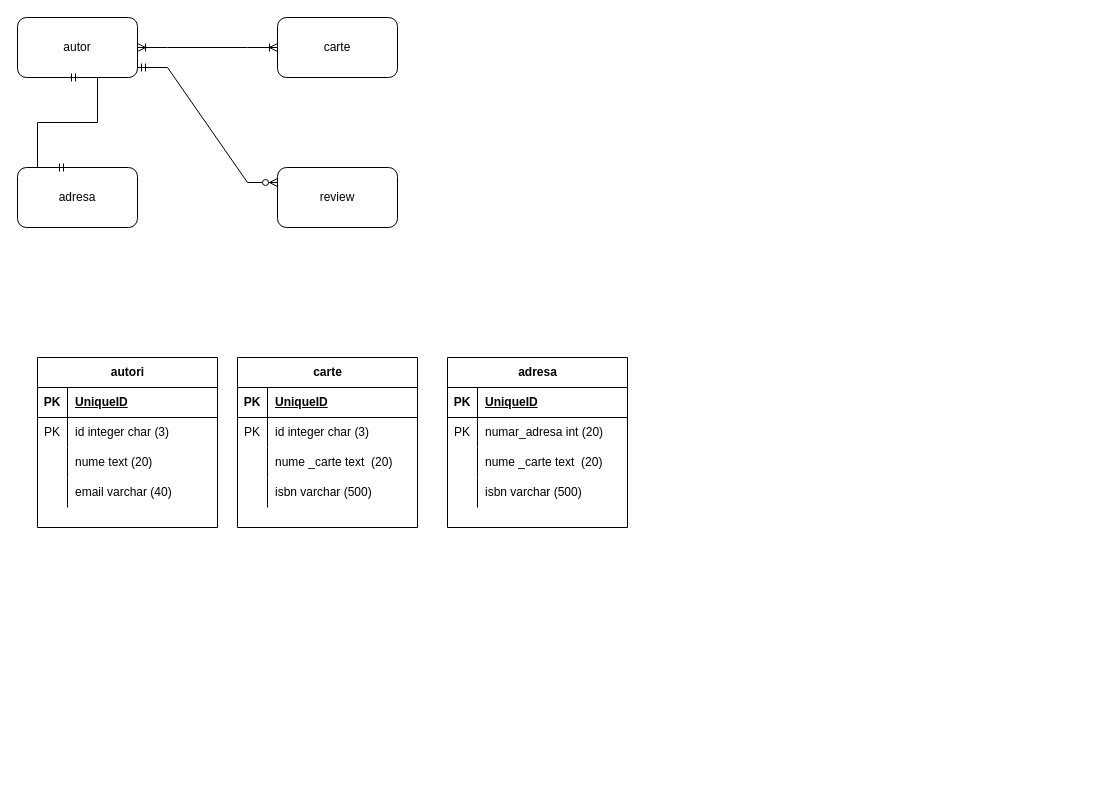
This is diagram_16_12_2023.drawio from MariaAgent007/modelare_db, a draw.io file, before an edit. Source tidied: cells renumbered, new cells numbered last; positions are measured from the earlier drawing's top-left corner, leaving out a move shared by most shapes. Both pictures are drawn from the tidied source at 100%, with x=0, y=0 at pixel (17, 17).
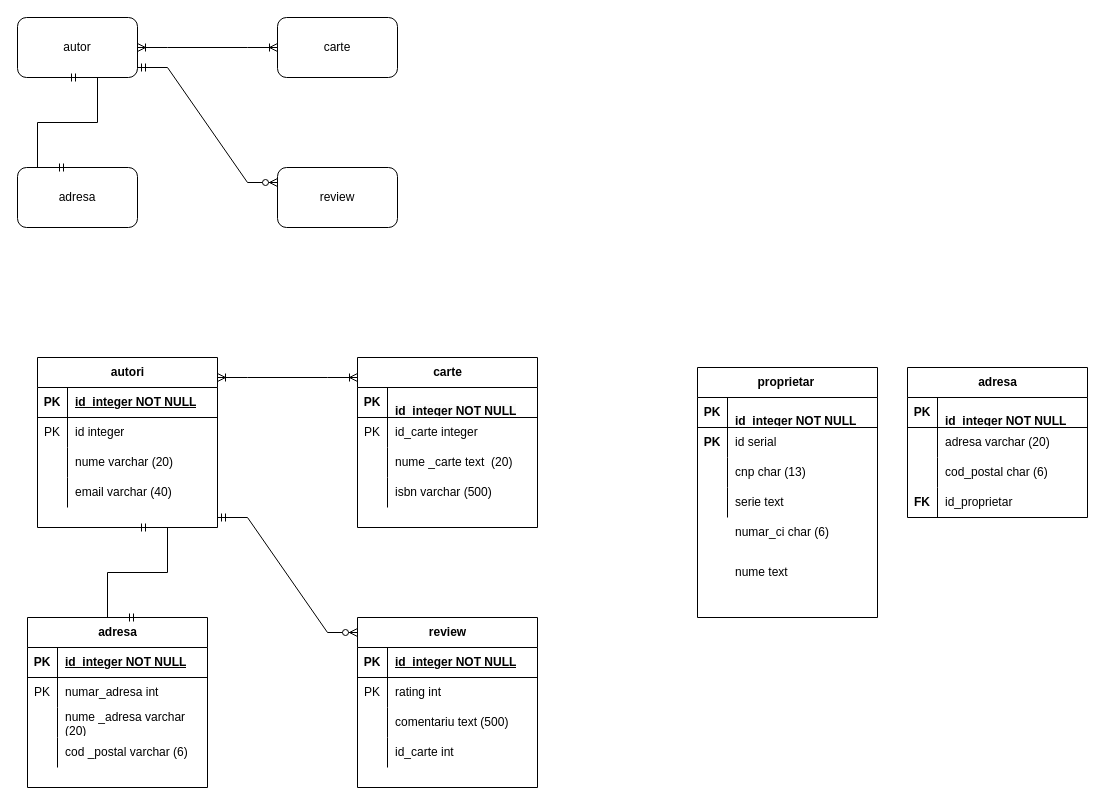
The same page after the edit.

The change refers to these unchanged cells:
```xml
<mxCell id="10" style="shape=tableRow;horizontal=0;startSize=0;swimlaneHead=0;swimlaneBody=0;fillColor=none;top=0;left=0;right=0;bottom=1;" parent="9" vertex="1">
  <mxGeometry y="30" width="180" height="30" as="geometry" />
</mxCell>
<mxCell id="13" style="shape=tableRow;horizontal=0;startSize=0;swimlaneHead=0;swimlaneBody=0;fillColor=none;top=0;left=0;right=0;bottom=0;" parent="9" vertex="1">
  <mxGeometry y="60" width="180" height="30" as="geometry" />
</mxCell>
<mxCell id="16" style="shape=tableRow;horizontal=0;startSize=0;swimlaneHead=0;swimlaneBody=0;fillColor=none;top=0;left=0;right=0;bottom=0;" parent="9" vertex="1">
  <mxGeometry y="90" width="180" height="30" as="geometry" />
</mxCell>
<mxCell id="24" style="shape=tableRow;horizontal=0;startSize=0;swimlaneHead=0;swimlaneBody=0;fillColor=none;top=0;left=0;right=0;bottom=1;" parent="23" vertex="1">
  <mxGeometry y="30" width="180" height="30" as="geometry" />
</mxCell>
<mxCell id="27" style="shape=tableRow;horizontal=0;startSize=0;swimlaneHead=0;swimlaneBody=0;fillColor=none;top=0;left=0;right=0;bottom=0;" parent="23" vertex="1">
  <mxGeometry y="60" width="180" height="30" as="geometry" />
</mxCell>
<mxCell id="37" style="shape=tableRow;horizontal=0;startSize=0;swimlaneHead=0;swimlaneBody=0;fillColor=none;top=0;left=0;right=0;bottom=1;" parent="36" vertex="1">
  <mxGeometry y="30" width="180" height="30" as="geometry" />
</mxCell>
<mxCell id="40" style="shape=tableRow;horizontal=0;startSize=0;swimlaneHead=0;swimlaneBody=0;fillColor=none;top=0;left=0;right=0;bottom=0;" parent="36" vertex="1">
  <mxGeometry y="60" width="180" height="30" as="geometry" />
</mxCell>
<mxCell id="43" style="shape=tableRow;horizontal=0;startSize=0;swimlaneHead=0;swimlaneBody=0;fillColor=none;top=0;left=0;right=0;bottom=0;" parent="36" vertex="1">
  <mxGeometry y="90" width="180" height="30" as="geometry" />
</mxCell>
<mxCell id="46" style="shape=tableRow;horizontal=0;startSize=0;swimlaneHead=0;swimlaneBody=0;fillColor=none;top=0;left=0;right=0;bottom=0;" parent="36" vertex="1">
  <mxGeometry y="120" width="180" height="30" as="geometry" />
</mxCell>
```

What changed in the source:
```diff
@@
-    <mxCell id="12" value="UniqueID" style="shape=partialRectangle;fillColor=none;top=0;left=0;bottom=0;right=0;align=left;spacingLeft=6;fontStyle=5;overflow=hidden;whiteSpace=wrap;html=1;" parent="10" vertex="1">
+    <mxCell id="12" value="id_integer NOT NULL" style="shape=partialRectangle;fillColor=none;top=0;left=0;bottom=0;right=0;align=left;spacingLeft=6;fontStyle=5;overflow=hidden;whiteSpace=wrap;html=1;" parent="10" vertex="1">
       <mxGeometry x="30" width="150" height="30" as="geometry" />
     </mxCell>
@@
-    <mxCell id="15" value="id integer char (3)" style="shape=partialRectangle;fillColor=none;top=0;left=0;bottom=0;right=0;align=left;spacingLeft=6;overflow=hidden;whiteSpace=wrap;html=1;" parent="13" vertex="1">
+    <mxCell id="15" value="id integer" style="shape=partialRectangle;fillColor=none;top=0;left=0;bottom=0;right=0;align=left;spacingLeft=6;overflow=hidden;whiteSpace=wrap;html=1;" parent="13" vertex="1">
       <mxGeometry x="30" width="150" height="30" as="geometry" />
     </mxCell>
@@
-    <mxCell id="18" value="nume text (20)" style="shape=partialRectangle;fillColor=none;top=0;left=0;bottom=0;right=0;align=left;spacingLeft=6;overflow=hidden;whiteSpace=wrap;html=1;" parent="16" vertex="1">
+    <mxCell id="18" value="nume varchar (20)" style="shape=partialRectangle;fillColor=none;top=0;left=0;bottom=0;right=0;align=left;spacingLeft=6;overflow=hidden;whiteSpace=wrap;html=1;" parent="16" vertex="1">
       <mxGeometry x="30" width="150" height="30" as="geometry" />
     </mxCell>
@@
     <mxCell id="23" value="carte" style="shape=table;startSize=30;childLayout=tableLayout;rowLines=0;fontStyle=1;align=center;html=1;" parent="1" vertex="1">
-      <mxGeometry x="220" y="340" width="180" height="170" as="geometry" />
+      <mxGeometry x="340" y="340" width="180" height="170" as="geometry" />
     </mxCell>
@@
-    <mxCell id="26" value="UniqueID" style="shape=partialRectangle;fillColor=none;top=0;left=0;bottom=0;right=0;align=left;spacingLeft=6;fontStyle=5;overflow=hidden;whiteSpace=wrap;html=1;" parent="24" vertex="1">
+    <mxCell id="26" value="&#10;&lt;span style=&quot;color: rgb(0, 0, 0); font-family: Helvetica; font-size: 12px; font-style: normal; font-variant-ligatures: normal; font-variant-caps: normal; font-weight: 700; letter-spacing: normal; orphans: 2; text-align: left; text-indent: 0px; text-transform: none; widows: 2; word-spacing: 0px; -webkit-text-stroke-width: 0px; background-color: rgb(251, 251, 251); text-decoration: underline; float: none; display: inline !important;&quot;&gt;id_integer NOT NULL&lt;/span&gt;&#10;&#10;" style="shape=partialRectangle;fillColor=none;top=0;left=0;bottom=0;right=0;align=left;spacingLeft=6;fontStyle=5;overflow=hidden;whiteSpace=wrap;html=1;" parent="24" vertex="1">
       <mxGeometry x="30" width="150" height="30" as="geometry" />
     </mxCell>
@@
-    <mxCell id="29" value="id integer char (3)" style="shape=partialRectangle;fillColor=none;top=0;left=0;bottom=0;right=0;align=left;spacingLeft=6;overflow=hidden;whiteSpace=wrap;html=1;" parent="27" vertex="1">
+    <mxCell id="29" value="id_carte integer" style="shape=partialRectangle;fillColor=none;top=0;left=0;bottom=0;right=0;align=left;spacingLeft=6;overflow=hidden;whiteSpace=wrap;html=1;" parent="27" vertex="1">
       <mxGeometry x="30" width="150" height="30" as="geometry" />
     </mxCell>
@@
     <mxCell id="36" value="adresa" style="shape=table;startSize=30;childLayout=tableLayout;rowLines=0;fontStyle=1;align=center;html=1;" parent="1" vertex="1">
-      <mxGeometry x="430" y="340" width="180" height="170" as="geometry" />
+      <mxGeometry x="10" y="600" width="180" height="170" as="geometry" />
     </mxCell>
@@
-    <mxCell id="39" value="UniqueID" style="shape=partialRectangle;fillColor=none;top=0;left=0;bottom=0;right=0;align=left;spacingLeft=6;fontStyle=5;overflow=hidden;whiteSpace=wrap;html=1;" parent="37" vertex="1">
+    <mxCell id="39" value="id_integer NOT NULL" style="shape=partialRectangle;fillColor=none;top=0;left=0;bottom=0;right=0;align=left;spacingLeft=6;fontStyle=5;overflow=hidden;whiteSpace=wrap;html=1;" parent="37" vertex="1">
       <mxGeometry x="30" width="150" height="30" as="geometry" />
     </mxCell>
@@
-    <mxCell id="42" value="numar_adresa int (20)" style="shape=partialRectangle;fillColor=none;top=0;left=0;bottom=0;right=0;align=left;spacingLeft=6;overflow=hidden;whiteSpace=wrap;html=1;" parent="40" vertex="1">
+    <mxCell id="42" value="numar_adresa int&amp;nbsp;" style="shape=partialRectangle;fillColor=none;top=0;left=0;bottom=0;right=0;align=left;spacingLeft=6;overflow=hidden;whiteSpace=wrap;html=1;" parent="40" vertex="1">
       <mxGeometry x="30" width="150" height="30" as="geometry" />
     </mxCell>
@@
-    <mxCell id="45" value="nume _carte text&amp;nbsp; (20)" style="shape=partialRectangle;fillColor=none;top=0;left=0;bottom=0;right=0;align=left;spacingLeft=6;overflow=hidden;whiteSpace=wrap;html=1;" parent="43" vertex="1">
+    <mxCell id="45" value="nume _adresa varchar&amp;nbsp; (20)" style="shape=partialRectangle;fillColor=none;top=0;left=0;bottom=0;right=0;align=left;spacingLeft=6;overflow=hidden;whiteSpace=wrap;html=1;" parent="43" vertex="1">
       <mxGeometry x="30" width="150" height="30" as="geometry" />
     </mxCell>
@@
-    <mxCell id="48" value="isbn varchar (500)" style="shape=partialRectangle;fillColor=none;top=0;left=0;bottom=0;right=0;align=left;spacingLeft=6;overflow=hidden;whiteSpace=wrap;html=1;" parent="46" vertex="1">
+    <mxCell id="48" value="cod _postal varchar (6)" style="shape=partialRectangle;fillColor=none;top=0;left=0;bottom=0;right=0;align=left;spacingLeft=6;overflow=hidden;whiteSpace=wrap;html=1;" parent="46" vertex="1">
       <mxGeometry x="30" width="150" height="30" as="geometry" />
     </mxCell>
+    <mxCell id="49" value="review" style="shape=table;startSize=30;childLayout=tableLayout;rowLines=0;fontStyle=1;align=center;html=1;" parent="1" vertex="1">
+      <mxGeometry x="340" y="600" width="180" height="170" as="geometry" />
+    </mxCell>
+    <mxCell id="50" style="shape=tableRow;horizontal=0;startSize=0;swimlaneHead=0;swimlaneBody=0;fillColor=none;top=0;left=0;right=0;bottom=1;" parent="49" vertex="1">
+      <mxGeometry y="30" width="180" height="30" as="geometry" />
+    </mxCell>
+    <mxCell id="51" value="PK" style="shape=partialRectangle;fillColor=none;top=0;left=0;bottom=0;right=0;fontStyle=1;overflow=hidden;whiteSpace=wrap;html=1;" parent="50" vertex="1">
+      <mxGeometry width="30" height="30" as="geometry" />
+    </mxCell>
+    <mxCell id="52" value="id_integer NOT NULL" style="shape=partialRectangle;fillColor=none;top=0;left=0;bottom=0;right=0;align=left;spacingLeft=6;fontStyle=5;overflow=hidden;whiteSpace=wrap;html=1;" parent="50" vertex="1">
+      <mxGeometry x="30" width="150" height="30" as="geometry" />
+    </mxCell>
+    <mxCell id="53" style="shape=tableRow;horizontal=0;startSize=0;swimlaneHead=0;swimlaneBody=0;fillColor=none;top=0;left=0;right=0;bottom=0;" parent="49" vertex="1">
+      <mxGeometry y="60" width="180" height="30" as="geometry" />
+    </mxCell>
+    <mxCell id="54" value="PK" style="shape=partialRectangle;fillColor=none;top=0;left=0;bottom=0;right=0;overflow=hidden;whiteSpace=wrap;html=1;" parent="53" vertex="1">
+      <mxGeometry width="30" height="30" as="geometry" />
+    </mxCell>
+    <mxCell id="55" value="rating int&amp;nbsp;" style="shape=partialRectangle;fillColor=none;top=0;left=0;bottom=0;right=0;align=left;spacingLeft=6;overflow=hidden;whiteSpace=wrap;html=1;" parent="53" vertex="1">
+      <mxGeometry x="30" width="150" height="30" as="geometry" />
+    </mxCell>
+    <mxCell id="56" style="shape=tableRow;horizontal=0;startSize=0;swimlaneHead=0;swimlaneBody=0;fillColor=none;top=0;left=0;right=0;bottom=0;" parent="49" vertex="1">
+      <mxGeometry y="90" width="180" height="30" as="geometry" />
+    </mxCell>
+    <mxCell id="57" style="shape=partialRectangle;fillColor=none;top=0;left=0;bottom=0;right=0;overflow=hidden;whiteSpace=wrap;html=1;" parent="56" vertex="1">
+      <mxGeometry width="30" height="30" as="geometry" />
+    </mxCell>
+    <mxCell id="58" value="comentariu text (500)" style="shape=partialRectangle;fillColor=none;top=0;left=0;bottom=0;right=0;align=left;spacingLeft=6;overflow=hidden;whiteSpace=wrap;html=1;" parent="56" vertex="1">
+      <mxGeometry x="30" width="150" height="30" as="geometry" />
+    </mxCell>
+    <mxCell id="59" style="shape=tableRow;horizontal=0;startSize=0;swimlaneHead=0;swimlaneBody=0;fillColor=none;top=0;left=0;right=0;bottom=0;" parent="49" vertex="1">
+      <mxGeometry y="120" width="180" height="30" as="geometry" />
+    </mxCell>
+    <mxCell id="60" style="shape=partialRectangle;fillColor=none;top=0;left=0;bottom=0;right=0;overflow=hidden;whiteSpace=wrap;html=1;" parent="59" vertex="1">
+      <mxGeometry width="30" height="30" as="geometry" />
+    </mxCell>
+    <mxCell id="61" value="id_carte int" style="shape=partialRectangle;fillColor=none;top=0;left=0;bottom=0;right=0;align=left;spacingLeft=6;overflow=hidden;whiteSpace=wrap;html=1;" parent="59" vertex="1">
+      <mxGeometry x="30" width="150" height="30" as="geometry" />
+    </mxCell>
+    <mxCell id="62" style="edgeStyle=entityRelationEdgeStyle;fontSize=12;html=1;endArrow=ERoneToMany;startArrow=ERoneToMany;rounded=0;entryX=0;entryY=0.5;entryDx=0;entryDy=0;" parent="1" edge="1">
+      <mxGeometry relative="1" as="geometry">
+        <mxPoint x="200" y="360" as="sourcePoint" />
+        <mxPoint x="340" y="360" as="targetPoint" />
+      </mxGeometry>
+    </mxCell>
+    <mxCell id="63" style="edgeStyle=entityRelationEdgeStyle;fontSize=12;html=1;endArrow=ERzeroToMany;startArrow=ERmandOne;rounded=0;entryX=0;entryY=0.25;entryDx=0;entryDy=0;" parent="1" edge="1">
+      <mxGeometry relative="1" as="geometry">
+        <mxPoint x="200" y="500" as="sourcePoint" />
+        <mxPoint x="340" y="615" as="targetPoint" />
+      </mxGeometry>
+    </mxCell>
+    <mxCell id="64" style="edgeStyle=entityRelationEdgeStyle;fontSize=12;html=1;endArrow=ERmandOne;startArrow=ERmandOne;rounded=0;entryX=0.5;entryY=0;entryDx=0;entryDy=0;" parent="1" edge="1">
+      <mxGeometry relative="1" as="geometry">
+        <mxPoint x="120" y="510" as="sourcePoint" />
+        <mxPoint x="120" y="600" as="targetPoint" />
+      </mxGeometry>
+    </mxCell>
+    <mxCell id="65" value="proprietar&amp;nbsp;" style="shape=table;startSize=30;childLayout=tableLayout;rowLines=0;fontStyle=1;align=center;html=1;" parent="1" vertex="1">
+      <mxGeometry x="680" y="350" width="180" height="250" as="geometry" />
+    </mxCell>
+    <mxCell id="66" style="shape=tableRow;horizontal=0;startSize=0;swimlaneHead=0;swimlaneBody=0;fillColor=none;top=0;left=0;right=0;bottom=1;" parent="65" vertex="1">
+      <mxGeometry y="30" width="180" height="30" as="geometry" />
+    </mxCell>
+    <mxCell id="67" value="PK" style="shape=partialRectangle;fillColor=none;top=0;left=0;bottom=0;right=0;fontStyle=1;overflow=hidden;whiteSpace=wrap;html=1;" parent="66" vertex="1">
+      <mxGeometry width="30" height="30" as="geometry" />
+    </mxCell>
+    <mxCell id="68" value="&lt;br style=&quot;border-color: var(--border-color);&quot;&gt;id_integer NOT NULL" style="shape=partialRectangle;fillColor=none;top=0;left=0;bottom=0;right=0;align=left;spacingLeft=6;fontStyle=5;overflow=hidden;whiteSpace=wrap;html=1;" parent="66" vertex="1">
+      <mxGeometry x="30" width="150" height="30" as="geometry" />
+    </mxCell>
+    <mxCell id="69" style="shape=tableRow;horizontal=0;startSize=0;swimlaneHead=0;swimlaneBody=0;fillColor=none;top=0;left=0;right=0;bottom=0;" parent="65" vertex="1">
+      <mxGeometry y="60" width="180" height="30" as="geometry" />
+    </mxCell>
+    <mxCell id="70" style="shape=partialRectangle;fillColor=none;top=0;left=0;bottom=0;right=0;overflow=hidden;whiteSpace=wrap;html=1;" parent="69" vertex="1">
+      <mxGeometry width="30" height="30" as="geometry" />
+    </mxCell>
+    <mxCell id="71" value="id serial&amp;nbsp;" style="shape=partialRectangle;fillColor=none;top=0;left=0;bottom=0;right=0;align=left;spacingLeft=6;overflow=hidden;whiteSpace=wrap;html=1;" parent="69" vertex="1">
+      <mxGeometry x="30" width="150" height="30" as="geometry" />
+    </mxCell>
+    <mxCell id="72" style="shape=tableRow;horizontal=0;startSize=0;swimlaneHead=0;swimlaneBody=0;fillColor=none;top=0;left=0;right=0;bottom=0;" parent="65" vertex="1">
+      <mxGeometry y="90" width="180" height="30" as="geometry" />
+    </mxCell>
+    <mxCell id="73" style="shape=partialRectangle;fillColor=none;top=0;left=0;bottom=0;right=0;overflow=hidden;whiteSpace=wrap;html=1;" parent="72" vertex="1">
+      <mxGeometry width="30" height="30" as="geometry" />
+    </mxCell>
+    <mxCell id="74" value="cnp char (13)" style="shape=partialRectangle;fillColor=none;top=0;left=0;bottom=0;right=0;align=left;spacingLeft=6;overflow=hidden;whiteSpace=wrap;html=1;" parent="72" vertex="1">
+      <mxGeometry x="30" width="150" height="30" as="geometry" />
+    </mxCell>
+    <mxCell id="75" style="shape=tableRow;horizontal=0;startSize=0;swimlaneHead=0;swimlaneBody=0;fillColor=none;top=0;left=0;right=0;bottom=0;" parent="65" vertex="1">
+      <mxGeometry y="120" width="180" height="30" as="geometry" />
+    </mxCell>
+    <mxCell id="76" style="shape=partialRectangle;fillColor=none;top=0;left=0;bottom=0;right=0;overflow=hidden;whiteSpace=wrap;html=1;" parent="75" vertex="1">
+      <mxGeometry width="30" height="30" as="geometry" />
+    </mxCell>
+    <mxCell id="77" value="serie text" style="shape=partialRectangle;fillColor=none;top=0;left=0;bottom=0;right=0;align=left;spacingLeft=6;overflow=hidden;whiteSpace=wrap;html=1;" parent="75" vertex="1">
+      <mxGeometry x="30" width="150" height="30" as="geometry" />
+    </mxCell>
+    <mxCell id="78" value="numar_ci char (6)&lt;br&gt;" style="shape=partialRectangle;fillColor=none;top=0;left=0;bottom=0;right=0;align=left;spacingLeft=6;overflow=hidden;whiteSpace=wrap;html=1;" parent="1" vertex="1">
+      <mxGeometry x="710" y="500" width="150" height="30" as="geometry" />
+    </mxCell>
+    <mxCell id="79" value="nume text" style="shape=partialRectangle;fillColor=none;top=0;left=0;bottom=0;right=0;align=left;spacingLeft=6;overflow=hidden;whiteSpace=wrap;html=1;" parent="1" vertex="1">
+      <mxGeometry x="710" y="540" width="150" height="30" as="geometry" />
+    </mxCell>
+    <mxCell id="80" value="adresa" style="shape=table;startSize=30;childLayout=tableLayout;rowLines=0;fontStyle=1;align=center;html=1;" parent="1" vertex="1">
+      <mxGeometry x="890" y="350" width="180" height="150" as="geometry" />
+    </mxCell>
+    <mxCell id="81" style="shape=tableRow;horizontal=0;startSize=0;swimlaneHead=0;swimlaneBody=0;fillColor=none;top=0;left=0;right=0;bottom=1;" parent="80" vertex="1">
+      <mxGeometry y="30" width="180" height="30" as="geometry" />
+    </mxCell>
+    <mxCell id="82" value="PK" style="shape=partialRectangle;fillColor=none;top=0;left=0;bottom=0;right=0;fontStyle=1;overflow=hidden;whiteSpace=wrap;html=1;" parent="81" vertex="1">
+      <mxGeometry width="30" height="30" as="geometry" />
+    </mxCell>
+    <mxCell id="83" value="&lt;br style=&quot;border-color: var(--border-color);&quot;&gt;id_integer NOT NULL" style="shape=partialRectangle;fillColor=none;top=0;left=0;bottom=0;right=0;align=left;spacingLeft=6;fontStyle=5;overflow=hidden;whiteSpace=wrap;html=1;" parent="81" vertex="1">
+      <mxGeometry x="30" width="150" height="30" as="geometry" />
+    </mxCell>
+    <mxCell id="84" style="shape=tableRow;horizontal=0;startSize=0;swimlaneHead=0;swimlaneBody=0;fillColor=none;top=0;left=0;right=0;bottom=0;" parent="80" vertex="1">
+      <mxGeometry y="60" width="180" height="30" as="geometry" />
+    </mxCell>
+    <mxCell id="85" style="shape=partialRectangle;fillColor=none;top=0;left=0;bottom=0;right=0;overflow=hidden;whiteSpace=wrap;html=1;" parent="84" vertex="1">
+      <mxGeometry width="30" height="30" as="geometry" />
+    </mxCell>
+    <mxCell id="86" value="adresa varchar (20)" style="shape=partialRectangle;fillColor=none;top=0;left=0;bottom=0;right=0;align=left;spacingLeft=6;overflow=hidden;whiteSpace=wrap;html=1;" parent="84" vertex="1">
+      <mxGeometry x="30" width="150" height="30" as="geometry" />
+    </mxCell>
+    <mxCell id="87" style="shape=tableRow;horizontal=0;startSize=0;swimlaneHead=0;swimlaneBody=0;fillColor=none;top=0;left=0;right=0;bottom=0;" parent="80" vertex="1">
+      <mxGeometry y="90" width="180" height="30" as="geometry" />
+    </mxCell>
+    <mxCell id="88" style="shape=partialRectangle;fillColor=none;top=0;left=0;bottom=0;right=0;overflow=hidden;whiteSpace=wrap;html=1;" parent="87" vertex="1">
+      <mxGeometry width="30" height="30" as="geometry" />
+    </mxCell>
+    <mxCell id="89" value="cod_postal char (6)" style="shape=partialRectangle;fillColor=none;top=0;left=0;bottom=0;right=0;align=left;spacingLeft=6;overflow=hidden;whiteSpace=wrap;html=1;" parent="87" vertex="1">
+      <mxGeometry x="30" width="150" height="30" as="geometry" />
+    </mxCell>
+    <mxCell id="90" style="shape=tableRow;horizontal=0;startSize=0;swimlaneHead=0;swimlaneBody=0;fillColor=none;top=0;left=0;right=0;bottom=0;" parent="80" vertex="1">
+      <mxGeometry y="120" width="180" height="30" as="geometry" />
+    </mxCell>
+    <mxCell id="91" style="shape=partialRectangle;fillColor=none;top=0;left=0;bottom=0;right=0;overflow=hidden;whiteSpace=wrap;html=1;" parent="90" vertex="1">
+      <mxGeometry width="30" height="30" as="geometry" />
+    </mxCell>
+    <mxCell id="92" value="id_proprietar&amp;nbsp;" style="shape=partialRectangle;fillColor=none;top=0;left=0;bottom=0;right=0;align=left;spacingLeft=6;overflow=hidden;whiteSpace=wrap;html=1;" parent="90" vertex="1">
+      <mxGeometry x="30" width="150" height="30" as="geometry" />
+    </mxCell>
+    <mxCell id="93" value="PK" style="shape=partialRectangle;fillColor=none;top=0;left=0;bottom=0;right=0;fontStyle=1;overflow=hidden;whiteSpace=wrap;html=1;" parent="1" vertex="1">
+      <mxGeometry x="680" y="410" width="30" height="30" as="geometry" />
+    </mxCell>
+    <mxCell id="94" value="FK" style="shape=partialRectangle;fillColor=none;top=0;left=0;bottom=0;right=0;fontStyle=1;overflow=hidden;whiteSpace=wrap;html=1;" parent="1" vertex="1">
+      <mxGeometry x="890" y="470" width="30" height="30" as="geometry" />
+    </mxCell>
```
